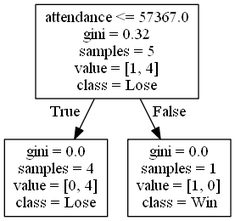
alexana-steck/CSE482Project keeps this Graphviz diagram as DecisionTrees/Pac-12decision_tree_no_score13.png. Above is the earlier version. Its source is kept beside it as DecisionTrees/Pac-12decision_tree_no_score13.dot.
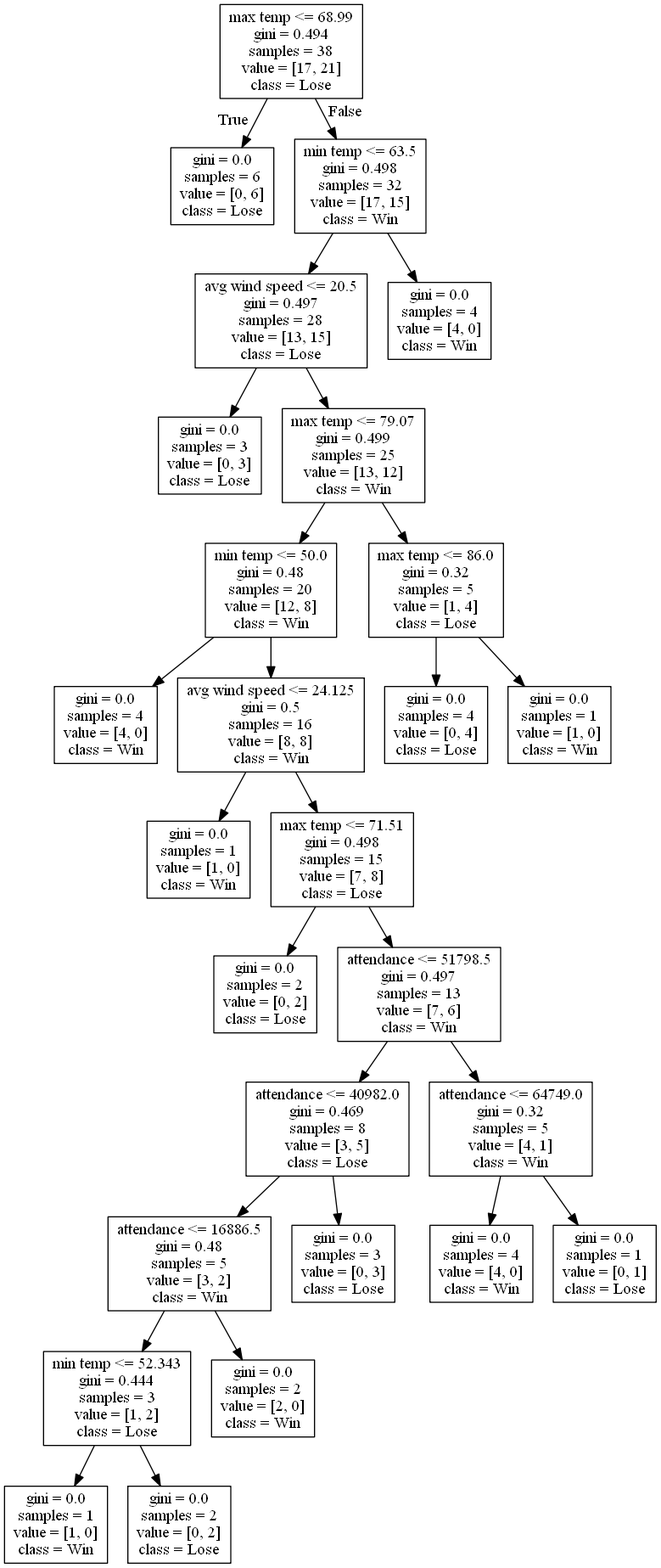
After the commit.

What changed in the source:
```diff
@@ -1,8 +1,56 @@
 digraph Tree {
 node [shape=box] ;
-0 [label="attendance <= 57367.0\ngini = 0.32\nsamples = 5\nvalue = [1, 4]\nclass = Lose"] ;
-1 [label="gini = 0.0\nsamples = 4\nvalue = [0, 4]\nclass = Lose"] ;
+0 [label="max temp <= 68.99\ngini = 0.494\nsamples = 38\nvalue = [17, 21]\nclass = Lose"] ;
+1 [label="gini = 0.0\nsamples = 6\nvalue = [0, 6]\nclass = Lose"] ;
 0 -> 1 [labeldistance=2.5, labelangle=45, headlabel="True"] ;
-2 [label="gini = 0.0\nsamples = 1\nvalue = [1, 0]\nclass = Win"] ;
+2 [label="min temp <= 63.5\ngini = 0.498\nsamples = 32\nvalue = [17, 15]\nclass = Win"] ;
 0 -> 2 [labeldistance=2.5, labelangle=-45, headlabel="False"] ;
+3 [label="avg wind speed <= 20.5\ngini = 0.497\nsamples = 28\nvalue = [13, 15]\nclass = Lose"] ;
+2 -> 3 ;
+4 [label="gini = 0.0\nsamples = 3\nvalue = [0, 3]\nclass = Lose"] ;
+3 -> 4 ;
+5 [label="max temp <= 79.07\ngini = 0.499\nsamples = 25\nvalue = [13, 12]\nclass = Win"] ;
+3 -> 5 ;
+6 [label="min temp <= 50.0\ngini = 0.48\nsamples = 20\nvalue = [12, 8]\nclass = Win"] ;
+5 -> 6 ;
+7 [label="gini = 0.0\nsamples = 4\nvalue = [4, 0]\nclass = Win"] ;
+6 -> 7 ;
+8 [label="avg wind speed <= 24.125\ngini = 0.5\nsamples = 16\nvalue = [8, 8]\nclass = Win"] ;
+6 -> 8 ;
+9 [label="gini = 0.0\nsamples = 1\nvalue = [1, 0]\nclass = Win"] ;
+8 -> 9 ;
+10 [label="max temp <= 71.51\ngini = 0.498\nsamples = 15\nvalue = [7, 8]\nclass = Lose"] ;
+8 -> 10 ;
+11 [label="gini = 0.0\nsamples = 2\nvalue = [0, 2]\nclass = Lose"] ;
+10 -> 11 ;
+12 [label="attendance <= 51798.5\ngini = 0.497\nsamples = 13\nvalue = [7, 6]\nclass = Win"] ;
+10 -> 12 ;
+13 [label="attendance <= 40982.0\ngini = 0.469\nsamples = 8\nvalue = [3, 5]\nclass = Lose"] ;
+12 -> 13 ;
+14 [label="attendance <= 16886.5\ngini = 0.48\nsamples = 5\nvalue = [3, 2]\nclass = Win"] ;
+13 -> 14 ;
+15 [label="min temp <= 52.343\ngini = 0.444\nsamples = 3\nvalue = [1, 2]\nclass = Lose"] ;
+14 -> 15 ;
+16 [label="gini = 0.0\nsamples = 1\nvalue = [1, 0]\nclass = Win"] ;
+15 -> 16 ;
+17 [label="gini = 0.0\nsamples = 2\nvalue = [0, 2]\nclass = Lose"] ;
+15 -> 17 ;
+18 [label="gini = 0.0\nsamples = 2\nvalue = [2, 0]\nclass = Win"] ;
+14 -> 18 ;
+19 [label="gini = 0.0\nsamples = 3\nvalue = [0, 3]\nclass = Lose"] ;
+13 -> 19 ;
+20 [label="attendance <= 64749.0\ngini = 0.32\nsamples = 5\nvalue = [4, 1]\nclass = Win"] ;
+12 -> 20 ;
+21 [label="gini = 0.0\nsamples = 4\nvalue = [4, 0]\nclass = Win"] ;
+20 -> 21 ;
+22 [label="gini = 0.0\nsamples = 1\nvalue = [0, 1]\nclass = Lose"] ;
+20 -> 22 ;
+23 [label="max temp <= 86.0\ngini = 0.32\nsamples = 5\nvalue = [1, 4]\nclass = Lose"] ;
+5 -> 23 ;
+24 [label="gini = 0.0\nsamples = 4\nvalue = [0, 4]\nclass = Lose"] ;
+23 -> 24 ;
+25 [label="gini = 0.0\nsamples = 1\nvalue = [1, 0]\nclass = Win"] ;
+23 -> 25 ;
+26 [label="gini = 0.0\nsamples = 4\nvalue = [4, 0]\nclass = Win"] ;
+2 -> 26 ;
 }
```
